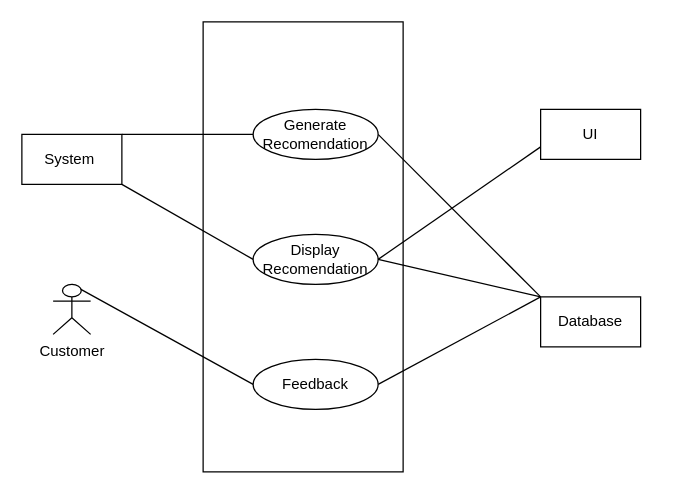
Above: Software-Requirement-Specification/Use-Case-Diagrams/Level-1.4.drawio in fiercePanda007/SPL2-EcommerceWebApp (draw.io), before the change. Source tidied: cells renumbered, new cells numbered last; positions are measured from the earlier drawing's top-left corner, leaving out a move shared by most shapes. Both pictures are drawn from the tidied source at 125%, with x=0, y=0 at pixel (21, 21).
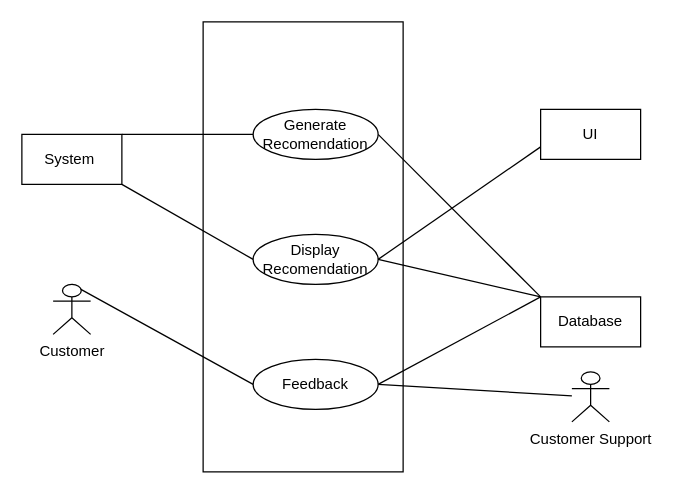
Above is the later version.

Diff of the diagram source:
```diff
@@
 <mxGraphModel>
   <root>
     <mxCell id="0" />
     <mxCell id="1" parent="0" />
     <mxCell id="2" style="rounded=0;whiteSpace=wrap;html=1;" parent="1" vertex="1">
       <mxGeometry x="145" width="160" height="360" as="geometry" />
     </mxCell>
     <mxCell id="3" style="edgeStyle=none;html=1;exitX=1;exitY=0.5;exitDx=0;exitDy=0;entryX=0;entryY=0;entryDx=0;entryDy=0;startArrow=none;startFill=0;endArrow=none;endFill=0;" parent="1" edge="1" source="4" target="13">
       <mxGeometry relative="1" as="geometry" />
     </mxCell>
     <mxCell id="4" value="Generate Recomendation" style="ellipse;whiteSpace=wrap;html=1;" parent="1" vertex="1">
       <mxGeometry x="185" y="70" width="100" height="40" as="geometry" />
     </mxCell>
     <mxCell id="5" style="edgeStyle=none;html=1;exitX=0;exitY=0.5;exitDx=0;exitDy=0;entryX=1;entryY=1;entryDx=0;entryDy=0;endArrow=none;endFill=0;" parent="1" edge="1" source="7" target="11">
       <mxGeometry relative="1" as="geometry" />
     </mxCell>
     <mxCell id="6" style="edgeStyle=none;html=1;exitX=1;exitY=0.5;exitDx=0;exitDy=0;entryX=0;entryY=0.75;entryDx=0;entryDy=0;endArrow=none;endFill=0;" parent="1" edge="1" source="7" target="16">
       <mxGeometry relative="1" as="geometry" />
     </mxCell>
     <mxCell id="7" value="Display Recomendation" style="ellipse;whiteSpace=wrap;html=1;" parent="1" vertex="1">
       <mxGeometry x="185" y="170" width="100" height="40" as="geometry" />
     </mxCell>
     <mxCell id="8" style="edgeStyle=none;html=1;exitX=1;exitY=0.5;exitDx=0;exitDy=0;startArrow=none;startFill=0;endArrow=none;endFill=0;" parent="1" edge="1" source="9">
       <mxGeometry relative="1" as="geometry">
         <mxPoint x="415" y="220" as="targetPoint" />
       </mxGeometry>
     </mxCell>
+    <mxCell id="17" style="edgeStyle=none;html=1;exitX=1;exitY=0.5;exitDx=0;exitDy=0;endArrow=none;endFill=0;" parent="1" edge="1" source="9" target="18">
+      <mxGeometry relative="1" as="geometry" />
+    </mxCell>
     <mxCell id="9" value="Feedback" style="ellipse;whiteSpace=wrap;html=1;" parent="1" vertex="1">
       <mxGeometry x="185" y="270" width="100" height="40" as="geometry" />
     </mxCell>
     <mxCell id="10" style="edgeStyle=none;html=1;exitX=1;exitY=0;exitDx=0;exitDy=0;entryX=0;entryY=0.5;entryDx=0;entryDy=0;endArrow=none;endFill=0;" parent="1" edge="1" source="11" target="4">
       <mxGeometry relative="1" as="geometry" />
     </mxCell>
     <mxCell id="11" value="System&amp;nbsp;" style="rounded=0;whiteSpace=wrap;html=1;" parent="1" vertex="1">
       <mxGeometry y="90" width="80" height="40" as="geometry" />
     </mxCell>
     <mxCell id="12" style="edgeStyle=none;html=1;exitX=0;exitY=0;exitDx=0;exitDy=0;entryX=1;entryY=0.5;entryDx=0;entryDy=0;startArrow=none;startFill=0;endArrow=none;endFill=0;" parent="1" edge="1" source="13" target="7">
       <mxGeometry relative="1" as="geometry" />
     </mxCell>
     <mxCell id="13" value="Database" style="rounded=0;whiteSpace=wrap;html=1;" parent="1" vertex="1">
       <mxGeometry x="415" y="220" width="80" height="40" as="geometry" />
     </mxCell>
     <mxCell id="14" style="edgeStyle=none;html=1;exitX=0.5;exitY=0;exitDx=0;exitDy=0;exitPerimeter=0;entryX=0;entryY=0.5;entryDx=0;entryDy=0;endArrow=none;endFill=0;" parent="1" edge="1" source="15" target="9">
       <mxGeometry relative="1" as="geometry" />
     </mxCell>
     <mxCell id="15" value="Customer" style="shape=umlActor;verticalLabelPosition=bottom;verticalAlign=top;html=1;outlineConnect=0;" parent="1" vertex="1">
       <mxGeometry x="25" y="210" width="30" height="40" as="geometry" />
     </mxCell>
     <mxCell id="16" value="UI" style="rounded=0;whiteSpace=wrap;html=1;" parent="1" vertex="1">
       <mxGeometry x="415" y="70" width="80" height="40" as="geometry" />
     </mxCell>
+    <mxCell id="18" value="Customer Support" style="shape=umlActor;verticalLabelPosition=bottom;verticalAlign=top;html=1;outlineConnect=0;" parent="1" vertex="1">
+      <mxGeometry x="440" y="280" width="30" height="40" as="geometry" />
+    </mxCell>
   </root>
 </mxGraphModel>
```
